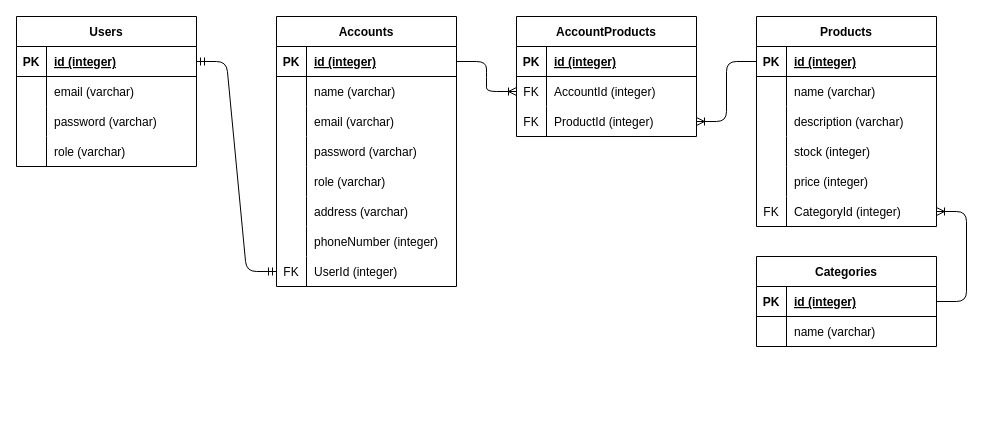
Earlier version of the draw.io diagram ERD.drawio (Anandabsetiawan/PP-P1-Team2-HCK-73). Source tidied: cells renumbered, new cells numbered last; positions are measured from the earlier drawing's top-left corner, leaving out a move shared by most shapes. Both pictures are drawn from the tidied source at 100%, with x=0, y=0 at pixel (16, 16).
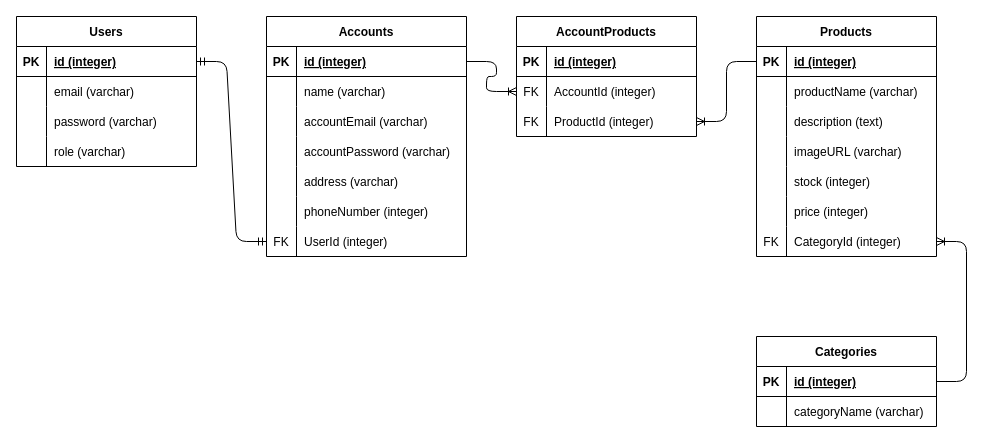
After the change.

Commit message (it also covers changes not shown here):
Update JSON & ERD

Unchanged cells that the change refers to:
```xml
<mxCell id="55" style="shape=tableRow;horizontal=0;startSize=0;swimlaneHead=0;swimlaneBody=0;fillColor=none;top=0;left=0;right=0;bottom=0;" parent="51" vertex="1">
  <mxGeometry y="60" width="180" height="30" as="geometry" />
</mxCell>
<mxCell id="58" style="shape=tableRow;horizontal=0;startSize=0;swimlaneHead=0;swimlaneBody=0;fillColor=none;top=0;left=0;right=0;bottom=0;" parent="51" vertex="1">
  <mxGeometry y="90" width="180" height="30" as="geometry" />
</mxCell>
<mxCell id="76" style="shape=tableRow;horizontal=0;startSize=0;swimlaneHead=0;swimlaneBody=0;fillColor=none;top=0;left=0;right=0;bottom=0;" parent="72" vertex="1">
  <mxGeometry y="60" width="180" height="30" as="geometry" />
</mxCell>
```

Change to the diagram source:
```diff
@@
     <mxCell id="15" value="Accounts" style="shape=table;startSize=30;childLayout=tableLayout;rowLines=0;fontStyle=1;align=center;" parent="1" vertex="1">
-      <mxGeometry x="260" width="180" height="270" as="geometry" />
+      <mxGeometry x="250" width="200" height="240" as="geometry" />
     </mxCell>
     <mxCell id="16" style="shape=tableRow;horizontal=0;startSize=0;swimlaneHead=0;swimlaneBody=0;fillColor=none;points=[[0,0.5],[1,0.5]];portConstraint=eastwest;top=0;left=0;right=0;bottom=1;" parent="15" vertex="1">
-      <mxGeometry y="30" width="180" height="30" as="geometry" />
+      <mxGeometry y="30" width="200" height="30" as="geometry" />
     </mxCell>
@@
     <mxCell id="18" value="id (integer)" style="shape=partialRectangle;fillColor=none;top=0;left=0;bottom=0;right=0;align=left;spacingLeft=6;fontStyle=5;overflow=hidden;" parent="16" vertex="1">
-      <mxGeometry x="30" width="150" height="30" as="geometry" />
+      <mxGeometry x="30" width="170" height="30" as="geometry" />
     </mxCell>
     <mxCell id="19" style="shape=tableRow;horizontal=0;startSize=0;swimlaneHead=0;swimlaneBody=0;fillColor=none;top=0;left=0;right=0;bottom=0;" parent="15" vertex="1">
-      <mxGeometry y="60" width="180" height="30" as="geometry" />
+      <mxGeometry y="60" width="200" height="30" as="geometry" />
     </mxCell>
@@
     <mxCell id="21" value="name (varchar)" style="shape=partialRectangle;fillColor=none;top=0;left=0;bottom=0;right=0;align=left;spacingLeft=6;overflow=hidden;" parent="19" vertex="1">
-      <mxGeometry x="30" width="150" height="30" as="geometry" />
+      <mxGeometry x="30" width="170" height="30" as="geometry" />
     </mxCell>
     <mxCell id="22" style="shape=tableRow;horizontal=0;startSize=0;swimlaneHead=0;swimlaneBody=0;fillColor=none;top=0;left=0;right=0;bottom=0;" parent="15" vertex="1">
-      <mxGeometry y="90" width="180" height="30" as="geometry" />
+      <mxGeometry y="90" width="200" height="30" as="geometry" />
     </mxCell>
@@
-    <mxCell id="24" value="email (varchar)" style="shape=partialRectangle;fillColor=none;top=0;left=0;bottom=0;right=0;align=left;spacingLeft=6;overflow=hidden;" parent="22" vertex="1">
-      <mxGeometry x="30" width="150" height="30" as="geometry" />
+    <mxCell id="24" value="accountEmail (varchar)" style="shape=partialRectangle;fillColor=none;top=0;left=0;bottom=0;right=0;align=left;spacingLeft=6;overflow=hidden;" parent="22" vertex="1">
+      <mxGeometry x="30" width="170" height="30" as="geometry" />
     </mxCell>
     <mxCell id="25" style="shape=tableRow;horizontal=0;startSize=0;swimlaneHead=0;swimlaneBody=0;fillColor=none;top=0;left=0;right=0;bottom=0;" parent="15" vertex="1">
-      <mxGeometry y="120" width="180" height="30" as="geometry" />
+      <mxGeometry y="120" width="200" height="30" as="geometry" />
     </mxCell>
@@
-    <mxCell id="27" value="password (varchar)" style="shape=partialRectangle;fillColor=none;top=0;left=0;bottom=0;right=0;align=left;spacingLeft=6;overflow=hidden;" parent="25" vertex="1">
-      <mxGeometry x="30" width="150" height="30" as="geometry" />
+    <mxCell id="27" value="accountPassword (varchar)" style="shape=partialRectangle;fillColor=none;top=0;left=0;bottom=0;right=0;align=left;spacingLeft=6;overflow=hidden;" parent="25" vertex="1">
+      <mxGeometry x="30" width="170" height="30" as="geometry" />
     </mxCell>
-    <mxCell id="28" style="shape=tableRow;horizontal=0;startSize=0;swimlaneHead=0;swimlaneBody=0;fillColor=none;top=0;left=0;right=0;bottom=0;" parent="15" vertex="1">
-      <mxGeometry y="150" width="180" height="30" as="geometry" />
-    </mxCell>
-    <mxCell id="29" style="shape=partialRectangle;fillColor=none;top=0;left=0;bottom=0;right=0;overflow=hidden;" parent="28" vertex="1">
-      <mxGeometry width="30" height="30" as="geometry" />
-    </mxCell>
-    <mxCell id="30" value="role (varchar)" style="shape=partialRectangle;fillColor=none;top=0;left=0;bottom=0;right=0;align=left;spacingLeft=6;overflow=hidden;" parent="28" vertex="1">
-      <mxGeometry x="30" width="150" height="30" as="geometry" />
-    </mxCell>
     <mxCell id="31" style="shape=tableRow;horizontal=0;startSize=0;swimlaneHead=0;swimlaneBody=0;fillColor=none;top=0;left=0;right=0;bottom=0;" parent="15" vertex="1">
-      <mxGeometry y="180" width="180" height="30" as="geometry" />
+      <mxGeometry y="150" width="200" height="30" as="geometry" />
     </mxCell>
@@
     <mxCell id="33" value="address (varchar)" style="shape=partialRectangle;fillColor=none;top=0;left=0;bottom=0;right=0;align=left;spacingLeft=6;overflow=hidden;" parent="31" vertex="1">
-      <mxGeometry x="30" width="150" height="30" as="geometry" />
+      <mxGeometry x="30" width="170" height="30" as="geometry" />
     </mxCell>
     <mxCell id="34" style="shape=tableRow;horizontal=0;startSize=0;swimlaneHead=0;swimlaneBody=0;fillColor=none;top=0;left=0;right=0;bottom=0;" parent="15" vertex="1">
-      <mxGeometry y="210" width="180" height="30" as="geometry" />
+      <mxGeometry y="180" width="200" height="30" as="geometry" />
     </mxCell>
@@
     <mxCell id="36" value="phoneNumber (integer)" style="shape=partialRectangle;fillColor=none;top=0;left=0;bottom=0;right=0;align=left;spacingLeft=6;overflow=hidden;" parent="34" vertex="1">
-      <mxGeometry x="30" width="150" height="30" as="geometry" />
+      <mxGeometry x="30" width="170" height="30" as="geometry" />
     </mxCell>
     <mxCell id="37" style="shape=tableRow;horizontal=0;startSize=0;swimlaneHead=0;swimlaneBody=0;fillColor=none;points=[[0,0.5],[1,0.5]];portConstraint=eastwest;top=0;left=0;right=0;bottom=0;" parent="15" vertex="1">
-      <mxGeometry y="240" width="180" height="30" as="geometry" />
+      <mxGeometry y="210" width="200" height="30" as="geometry" />
     </mxCell>
@@
     <mxCell id="39" value="UserId (integer)" style="shape=partialRectangle;fillColor=none;top=0;left=0;bottom=0;right=0;align=left;spacingLeft=6;overflow=hidden;" parent="37" vertex="1">
-      <mxGeometry x="30" width="150" height="30" as="geometry" />
+      <mxGeometry x="30" width="170" height="30" as="geometry" />
     </mxCell>
@@
     <mxCell id="51" value="Products" style="shape=table;startSize=30;childLayout=tableLayout;rowLines=0;fontStyle=1;align=center;" parent="1" vertex="1">
-      <mxGeometry x="740" width="180" height="210" as="geometry" />
+      <mxGeometry x="740" width="180" height="240" as="geometry" />
     </mxCell>
@@
-    <mxCell id="57" value="name (varchar)" style="shape=partialRectangle;fillColor=none;top=0;left=0;bottom=0;right=0;align=left;spacingLeft=6;overflow=hidden;" parent="55" vertex="1">
+    <mxCell id="57" value="productName (varchar)" style="shape=partialRectangle;fillColor=none;top=0;left=0;bottom=0;right=0;align=left;spacingLeft=6;overflow=hidden;" parent="55" vertex="1">
       <mxGeometry x="30" width="150" height="30" as="geometry" />
     </mxCell>
@@
-    <mxCell id="60" value="description (varchar)" style="shape=partialRectangle;fillColor=none;top=0;left=0;bottom=0;right=0;align=left;spacingLeft=6;overflow=hidden;" parent="58" vertex="1">
+    <mxCell id="60" value="description (text)" style="shape=partialRectangle;fillColor=none;top=0;left=0;bottom=0;right=0;align=left;spacingLeft=6;overflow=hidden;" parent="58" vertex="1">
       <mxGeometry x="30" width="150" height="30" as="geometry" />
     </mxCell>
+    <mxCell id="80" style="shape=tableRow;horizontal=0;startSize=0;swimlaneHead=0;swimlaneBody=0;fillColor=none;top=0;left=0;right=0;bottom=0;" parent="51" vertex="1">
+      <mxGeometry y="120" width="180" height="30" as="geometry" />
+    </mxCell>
+    <mxCell id="29" style="shape=partialRectangle;fillColor=none;top=0;left=0;bottom=0;right=0;overflow=hidden;" parent="80" vertex="1">
+      <mxGeometry width="30" height="30" as="geometry" />
+    </mxCell>
+    <mxCell id="81" value="imageURL (varchar)" style="shape=partialRectangle;fillColor=none;top=0;left=0;bottom=0;right=0;align=left;spacingLeft=6;overflow=hidden;" parent="80" vertex="1">
+      <mxGeometry x="30" width="150" height="30" as="geometry" />
+    </mxCell>
     <mxCell id="61" style="shape=tableRow;horizontal=0;startSize=0;swimlaneHead=0;swimlaneBody=0;fillColor=none;top=0;left=0;right=0;bottom=0;" parent="51" vertex="1">
-      <mxGeometry y="120" width="180" height="30" as="geometry" />
+      <mxGeometry y="150" width="180" height="30" as="geometry" />
     </mxCell>
@@
     <mxCell id="64" style="shape=tableRow;horizontal=0;startSize=0;swimlaneHead=0;swimlaneBody=0;fillColor=none;top=0;left=0;right=0;bottom=0;" parent="51" vertex="1">
-      <mxGeometry y="150" width="180" height="30" as="geometry" />
+      <mxGeometry y="180" width="180" height="30" as="geometry" />
     </mxCell>
@@
     <mxCell id="67" style="shape=tableRow;horizontal=0;startSize=0;swimlaneHead=0;swimlaneBody=0;fillColor=none;points=[[0,0.5],[1,0.5]];portConstraint=eastwest;top=0;left=0;right=0;bottom=0;" parent="51" vertex="1">
-      <mxGeometry y="180" width="180" height="30" as="geometry" />
+      <mxGeometry y="210" width="180" height="30" as="geometry" />
     </mxCell>
@@
     <mxCell id="72" value="Categories" style="shape=table;startSize=30;childLayout=tableLayout;rowLines=0;fontStyle=1;align=center;" parent="1" vertex="1">
-      <mxGeometry x="740" y="240" width="180" height="90" as="geometry" />
+      <mxGeometry x="740" y="320" width="180" height="90" as="geometry" />
     </mxCell>
@@
-    <mxCell id="78" value="name (varchar)" style="shape=partialRectangle;fillColor=none;top=0;left=0;bottom=0;right=0;align=left;spacingLeft=6;overflow=hidden;" parent="76" vertex="1">
+    <mxCell id="78" value="categoryName (varchar)" style="shape=partialRectangle;fillColor=none;top=0;left=0;bottom=0;right=0;align=left;spacingLeft=6;overflow=hidden;" parent="76" vertex="1">
       <mxGeometry x="30" width="150" height="30" as="geometry" />
     </mxCell>
```
